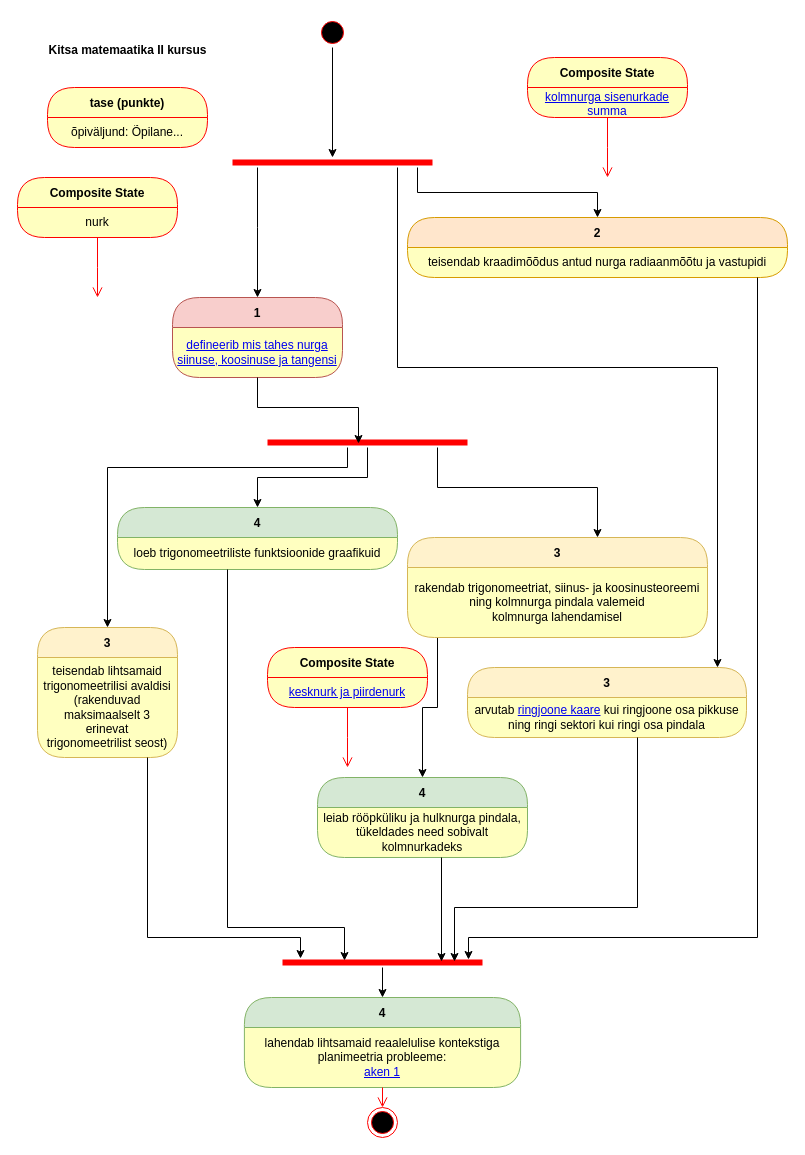
Above: page "Õpiväljundid" (1 of 2) of rmd/matemaatika-kitsas-2.drawio in piiskop/matemaatika-kitsas-2 (draw.io), before the change. Source tidied: cells renumbered, new cells numbered last; positions are measured from the earlier drawing's top-left corner, leaving out a move shared by most shapes. Both pictures are drawn from the tidied source at 100%, with x=0, y=0 at pixel (17, 17).
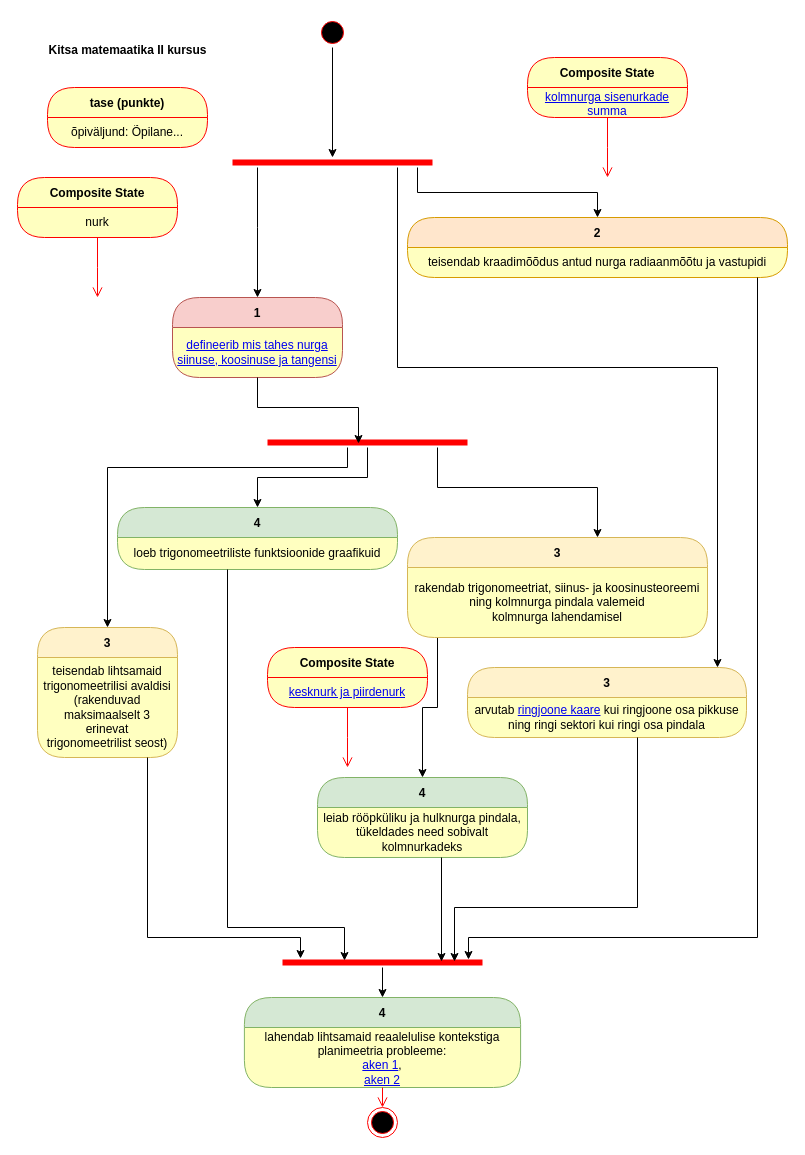
After the change.

Commit message:
akna pindala ülesande video link

The change refers to these unchanged cells:
```xml
<mxCell id="3" value="4" style="swimlane;fontStyle=1;align=center;verticalAlign=middle;horizontal=1;startSize=30;rounded=1;arcSize=30;strokeColor=#82b366;fillColor=#d5e8d4;swimlaneFillColor=#ffffc0;" parent="1" vertex="1">
  <mxGeometry x="226.9" y="980" width="276.2" height="90" as="geometry" />
</mxCell>
```

The edit, as a diff of the source:
```diff
@@
-    <mxCell id="4" value="lahendab lihtsamaid reaalelulise kontekstiga planimeetria probleeme:&lt;br&gt;&lt;a href=&quot;https://youtu.be/zB8ZTyG81Ow&quot;&gt;aken 1&lt;/a&gt;" style="text;html=1;strokeColor=none;fillColor=none;align=center;verticalAlign=middle;spacingLeft=4;spacingRight=4;whiteSpace=wrap;overflow=hidden;fontColor=#000000;" parent="3" vertex="1">
+    <mxCell id="4" value="lahendab lihtsamaid reaalelulise kontekstiga planimeetria probleeme:&lt;br&gt;&lt;a href=&quot;https://youtu.be/zB8ZTyG81Ow&quot;&gt;aken 1&lt;/a&gt;,&lt;br&gt;&lt;a href=&quot;https://youtu.be/3DC8eo3JhOk&quot;&gt;aken 2&lt;/a&gt;" style="text;html=1;strokeColor=none;fillColor=none;align=center;verticalAlign=middle;spacingLeft=4;spacingRight=4;whiteSpace=wrap;overflow=hidden;fontColor=#000000;" parent="3" vertex="1">
       <mxGeometry y="30" width="276.2" height="60" as="geometry" />
     </mxCell>
```
